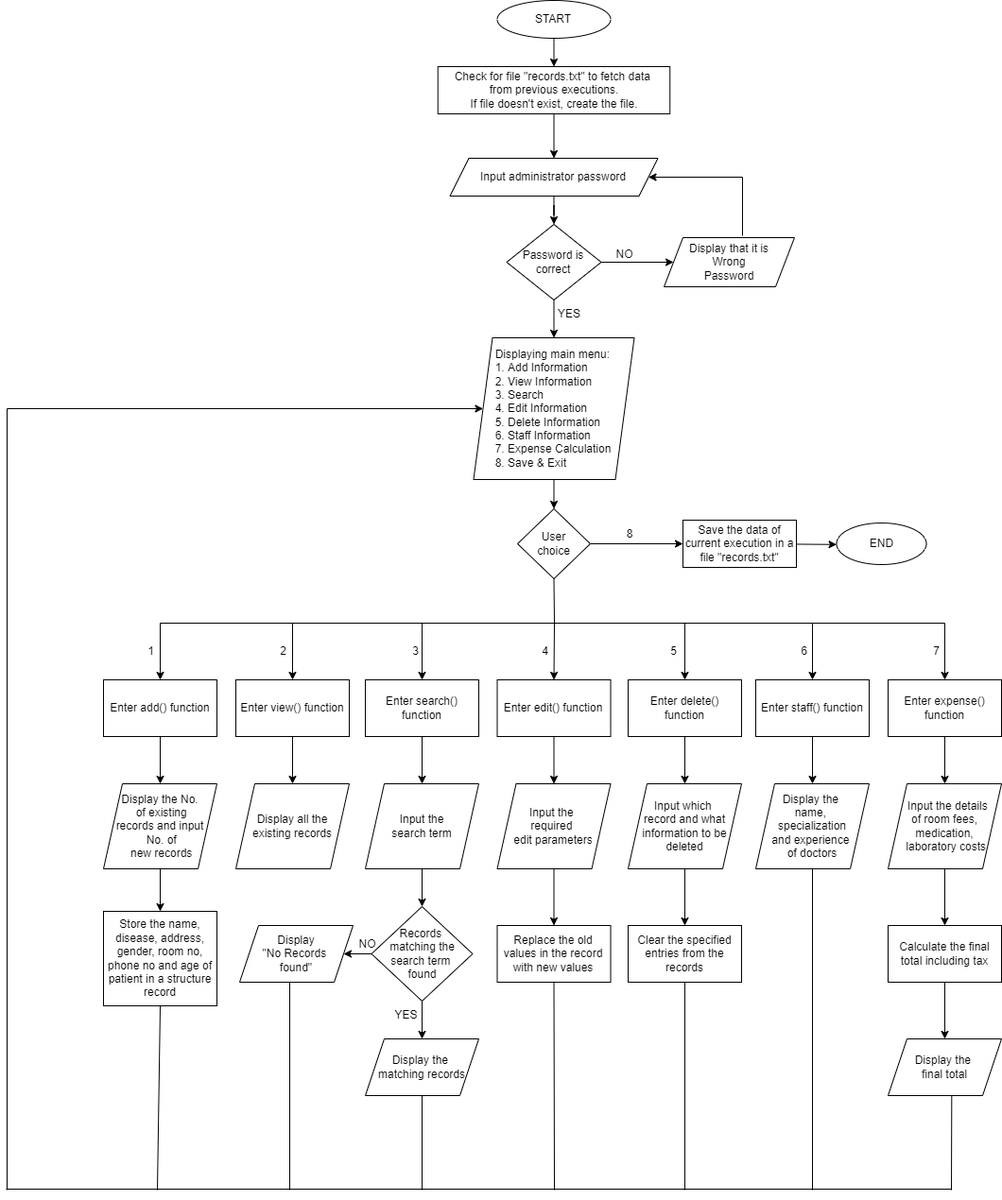
Before: Flowchart.png, a diagram exported from draw.io (adivishnu-a/Hospital-Management-System). Source tidied: cells renumbered, new cells last; positions are measured from the earlier drawing's top-left corner, leaving out a move shared by most shapes.
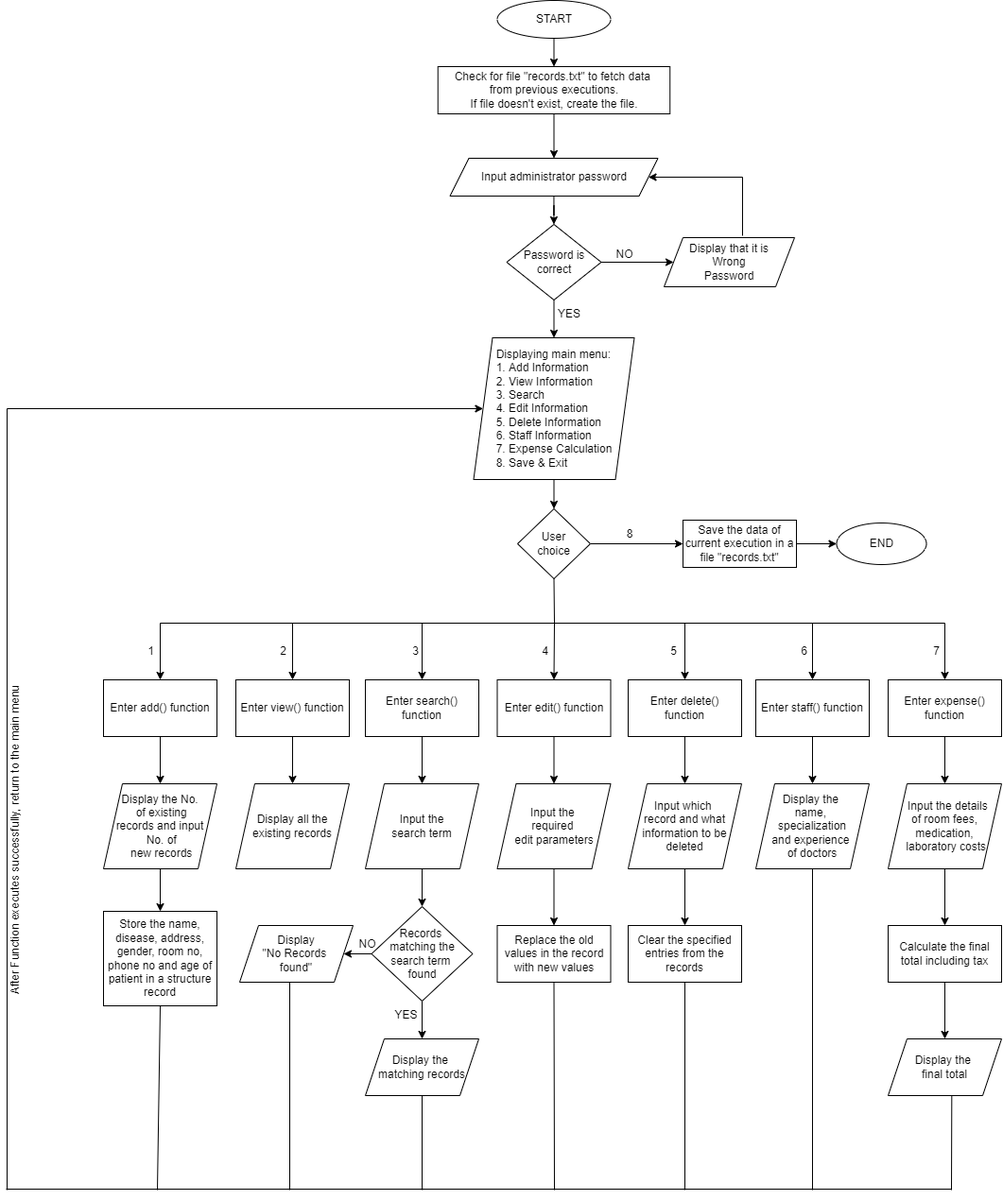
After the commit.

Diff of the diagram source:
```diff
@@ -307,5 +307,8 @@
         </Array>
       </mxGeometry>
     </mxCell>
+    <mxCell id="87" value="After Function executes successfully, return to the main menu" style="text;html=1;align=center;verticalAlign=middle;strokeColor=none;fillColor=none;fontColor=#000000;rotation=-90;" parent="1" vertex="1">
+      <mxGeometry x="-160" y="879" width="340" height="20" as="geometry" />
+    </mxCell>
   </root>
 </mxGraphModel>
```
